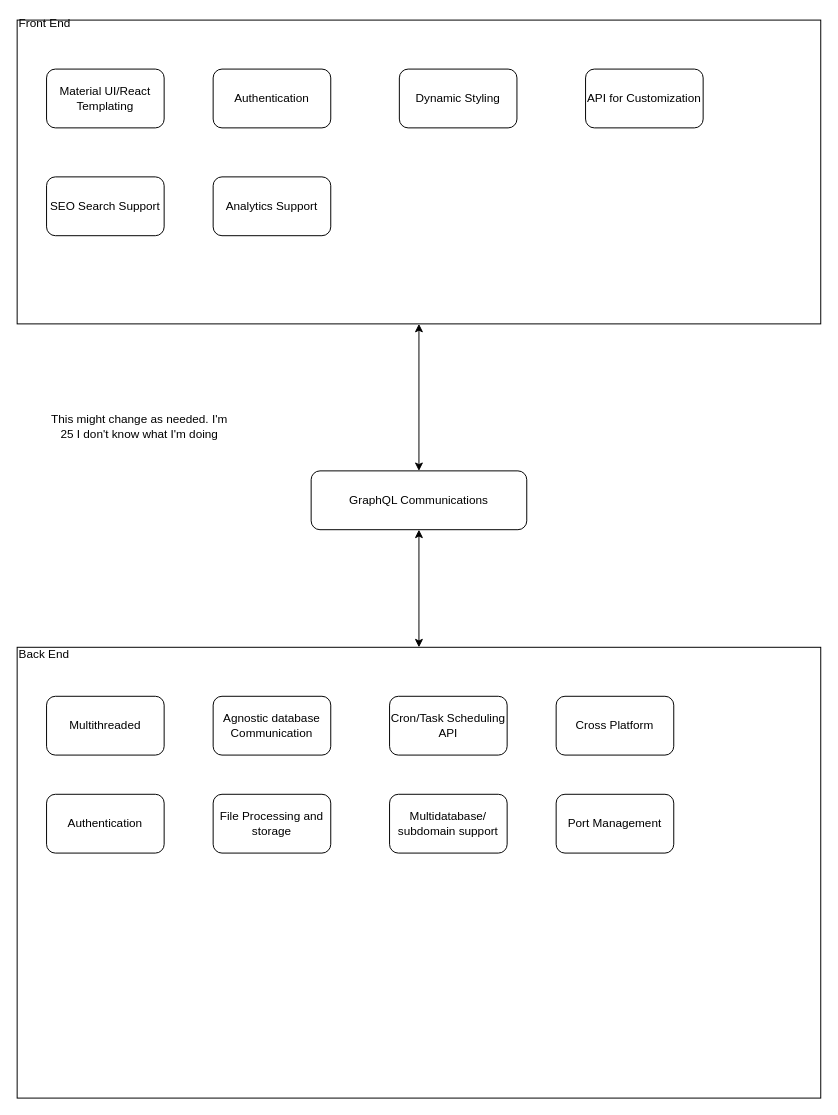
The draw.io diagram Untitled Diagram.drawio in Manti-code/Goblin-CMS, before the edit. Source tidied: cells renumbered, new cells numbered last; positions are measured from the earlier drawing's top-left corner, leaving out a move shared by most shapes. Both pictures are drawn from the tidied source at 98%, with x=0, y=0 at pixel (17, 20).
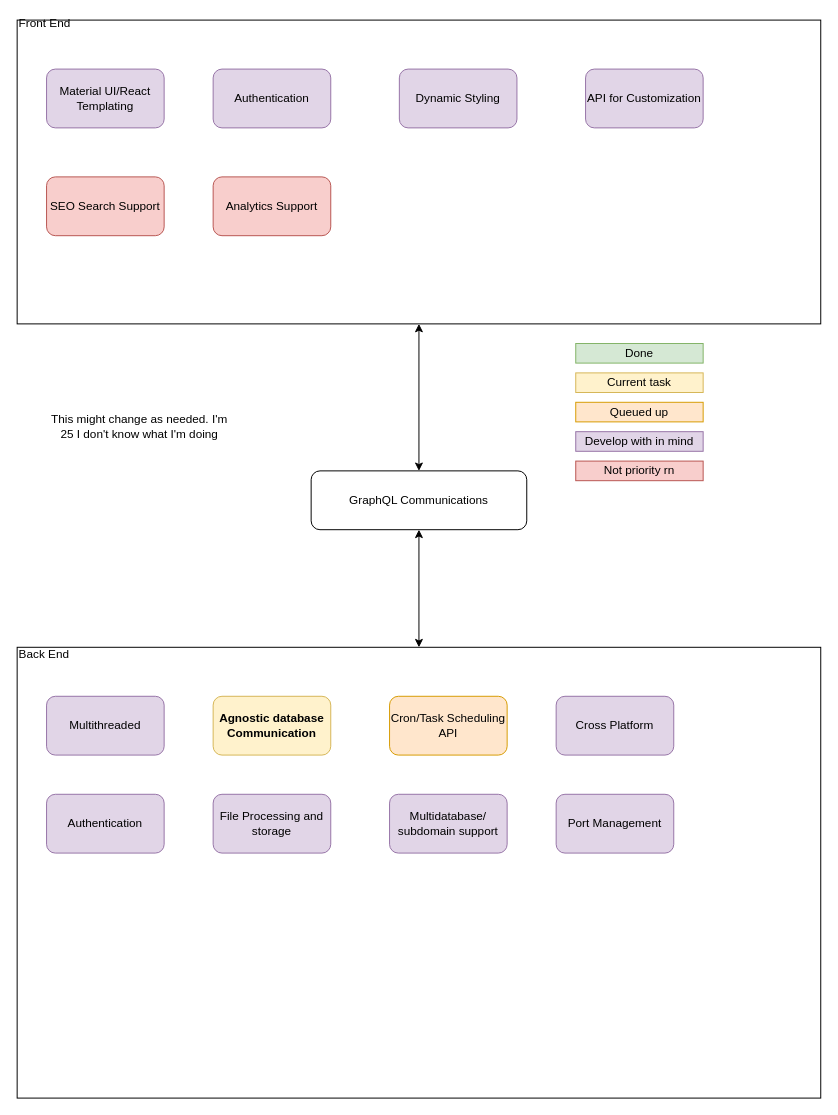
The same diagram, later.

Commit message:
Color Coded

Change to the diagram source:
```diff
@@
-    <mxCell id="7" value="Material UI/React Templating" style="rounded=1;whiteSpace=wrap;html=1;" parent="1" vertex="1">
+    <mxCell id="7" value="Material UI/React Templating" style="rounded=1;whiteSpace=wrap;html=1;fillColor=#e1d5e7;strokeColor=#9673a6;" parent="1" vertex="1">
       <mxGeometry x="30" y="50" width="120" height="60" as="geometry" />
     </mxCell>
-    <mxCell id="8" value="Authentication" style="rounded=1;whiteSpace=wrap;html=1;" parent="1" vertex="1">
+    <mxCell id="8" value="Authentication" style="rounded=1;whiteSpace=wrap;html=1;fillColor=#e1d5e7;strokeColor=#9673a6;" parent="1" vertex="1">
       <mxGeometry x="200" y="50" width="120" height="60" as="geometry" />
     </mxCell>
-    <mxCell id="9" value="Dynamic Styling" style="rounded=1;whiteSpace=wrap;html=1;" parent="1" vertex="1">
+    <mxCell id="9" value="Dynamic Styling" style="rounded=1;whiteSpace=wrap;html=1;fillColor=#e1d5e7;strokeColor=#9673a6;" parent="1" vertex="1">
       <mxGeometry x="390" y="50" width="120" height="60" as="geometry" />
     </mxCell>
-    <mxCell id="10" value="API for Customization" style="rounded=1;whiteSpace=wrap;html=1;" parent="1" vertex="1">
+    <mxCell id="10" value="API for Customization" style="rounded=1;whiteSpace=wrap;html=1;fillColor=#e1d5e7;strokeColor=#9673a6;" parent="1" vertex="1">
       <mxGeometry x="580" y="50" width="120" height="60" as="geometry" />
     </mxCell>
-    <mxCell id="11" value="Multithreaded" style="rounded=1;whiteSpace=wrap;html=1;" parent="1" vertex="1">
+    <mxCell id="11" value="Multithreaded" style="rounded=1;whiteSpace=wrap;html=1;fillColor=#e1d5e7;strokeColor=#9673a6;" parent="1" vertex="1">
       <mxGeometry x="30" y="690" width="120" height="60" as="geometry" />
     </mxCell>
-    <mxCell id="12" value="Agnostic database Communication" style="rounded=1;whiteSpace=wrap;html=1;" parent="1" vertex="1">
+    <mxCell id="12" value="Agnostic database Communication" style="rounded=1;whiteSpace=wrap;html=1;fontStyle=1;fillColor=#fff2cc;strokeColor=#d6b656;" parent="1" vertex="1">
       <mxGeometry x="200" y="690" width="120" height="60" as="geometry" />
     </mxCell>
-    <mxCell id="13" value="Cron/Task Scheduling API" style="rounded=1;whiteSpace=wrap;html=1;" parent="1" vertex="1">
+    <mxCell id="13" value="Cron/Task Scheduling API" style="rounded=1;whiteSpace=wrap;html=1;fillColor=#ffe6cc;strokeColor=#d79b00;" parent="1" vertex="1">
       <mxGeometry x="380" y="690" width="120" height="60" as="geometry" />
     </mxCell>
-    <mxCell id="14" value="Cross Platform" style="rounded=1;whiteSpace=wrap;html=1;" parent="1" vertex="1">
+    <mxCell id="14" value="Cross Platform" style="rounded=1;whiteSpace=wrap;html=1;fillColor=#e1d5e7;strokeColor=#9673a6;" parent="1" vertex="1">
       <mxGeometry x="550" y="690" width="120" height="60" as="geometry" />
     </mxCell>
-    <mxCell id="15" value="Authentication" style="rounded=1;whiteSpace=wrap;html=1;" parent="1" vertex="1">
+    <mxCell id="15" value="Authentication" style="rounded=1;whiteSpace=wrap;html=1;fillColor=#e1d5e7;strokeColor=#9673a6;" parent="1" vertex="1">
       <mxGeometry x="30" y="790" width="120" height="60" as="geometry" />
     </mxCell>
-    <mxCell id="16" value="SEO Search Support" style="rounded=1;whiteSpace=wrap;html=1;" parent="1" vertex="1">
+    <mxCell id="16" value="SEO Search Support" style="rounded=1;whiteSpace=wrap;html=1;fillColor=#f8cecc;strokeColor=#b85450;" parent="1" vertex="1">
       <mxGeometry x="30" y="160" width="120" height="60" as="geometry" />
     </mxCell>
-    <mxCell id="17" value="Analytics Support" style="rounded=1;whiteSpace=wrap;html=1;" parent="1" vertex="1">
+    <mxCell id="17" value="Analytics Support" style="rounded=1;whiteSpace=wrap;html=1;fillColor=#f8cecc;strokeColor=#b85450;" parent="1" vertex="1">
       <mxGeometry x="200" y="160" width="120" height="60" as="geometry" />
     </mxCell>
-    <mxCell id="18" value="File Processing and storage" style="rounded=1;whiteSpace=wrap;html=1;" parent="1" vertex="1">
+    <mxCell id="18" value="File Processing and storage" style="rounded=1;whiteSpace=wrap;html=1;fillColor=#e1d5e7;strokeColor=#9673a6;" parent="1" vertex="1">
       <mxGeometry x="200" y="790" width="120" height="60" as="geometry" />
     </mxCell>
-    <mxCell id="19" value="Multidatabase/&lt;br&gt;subdomain support" style="rounded=1;whiteSpace=wrap;html=1;" parent="1" vertex="1">
+    <mxCell id="19" value="Multidatabase/&lt;br&gt;subdomain support" style="rounded=1;whiteSpace=wrap;html=1;fillColor=#e1d5e7;strokeColor=#9673a6;" parent="1" vertex="1">
       <mxGeometry x="380" y="790" width="120" height="60" as="geometry" />
     </mxCell>
-    <mxCell id="20" value="Port Management" style="rounded=1;whiteSpace=wrap;html=1;" parent="1" vertex="1">
+    <mxCell id="20" value="Port Management" style="rounded=1;whiteSpace=wrap;html=1;fillColor=#e1d5e7;strokeColor=#9673a6;" parent="1" vertex="1">
       <mxGeometry x="550" y="790" width="120" height="60" as="geometry" />
     </mxCell>
@@
+    <mxCell id="22" value="Current task" style="text;html=1;strokeColor=#d6b656;fillColor=#fff2cc;align=center;verticalAlign=middle;whiteSpace=wrap;rounded=0;" parent="1" vertex="1">
+      <mxGeometry x="570" y="360" width="130" height="20" as="geometry" />
+    </mxCell>
+    <mxCell id="23" value="Queued up" style="text;html=1;strokeColor=#d79b00;fillColor=#ffe6cc;align=center;verticalAlign=middle;whiteSpace=wrap;rounded=0;" parent="1" vertex="1">
+      <mxGeometry x="570" y="390" width="130" height="20" as="geometry" />
+    </mxCell>
+    <mxCell id="24" value="Develop with in mind" style="text;html=1;strokeColor=#9673a6;fillColor=#e1d5e7;align=center;verticalAlign=middle;whiteSpace=wrap;rounded=0;" parent="1" vertex="1">
+      <mxGeometry x="570" y="420" width="130" height="20" as="geometry" />
+    </mxCell>
+    <mxCell id="25" value="Not priority rn" style="text;html=1;strokeColor=#b85450;fillColor=#f8cecc;align=center;verticalAlign=middle;whiteSpace=wrap;rounded=0;" parent="1" vertex="1">
+      <mxGeometry x="570" y="450" width="130" height="20" as="geometry" />
+    </mxCell>
+    <mxCell id="26" value="Done" style="text;html=1;strokeColor=#82b366;fillColor=#d5e8d4;align=center;verticalAlign=middle;whiteSpace=wrap;rounded=0;" parent="1" vertex="1">
+      <mxGeometry x="570" y="330" width="130" height="20" as="geometry" />
+    </mxCell>
```
